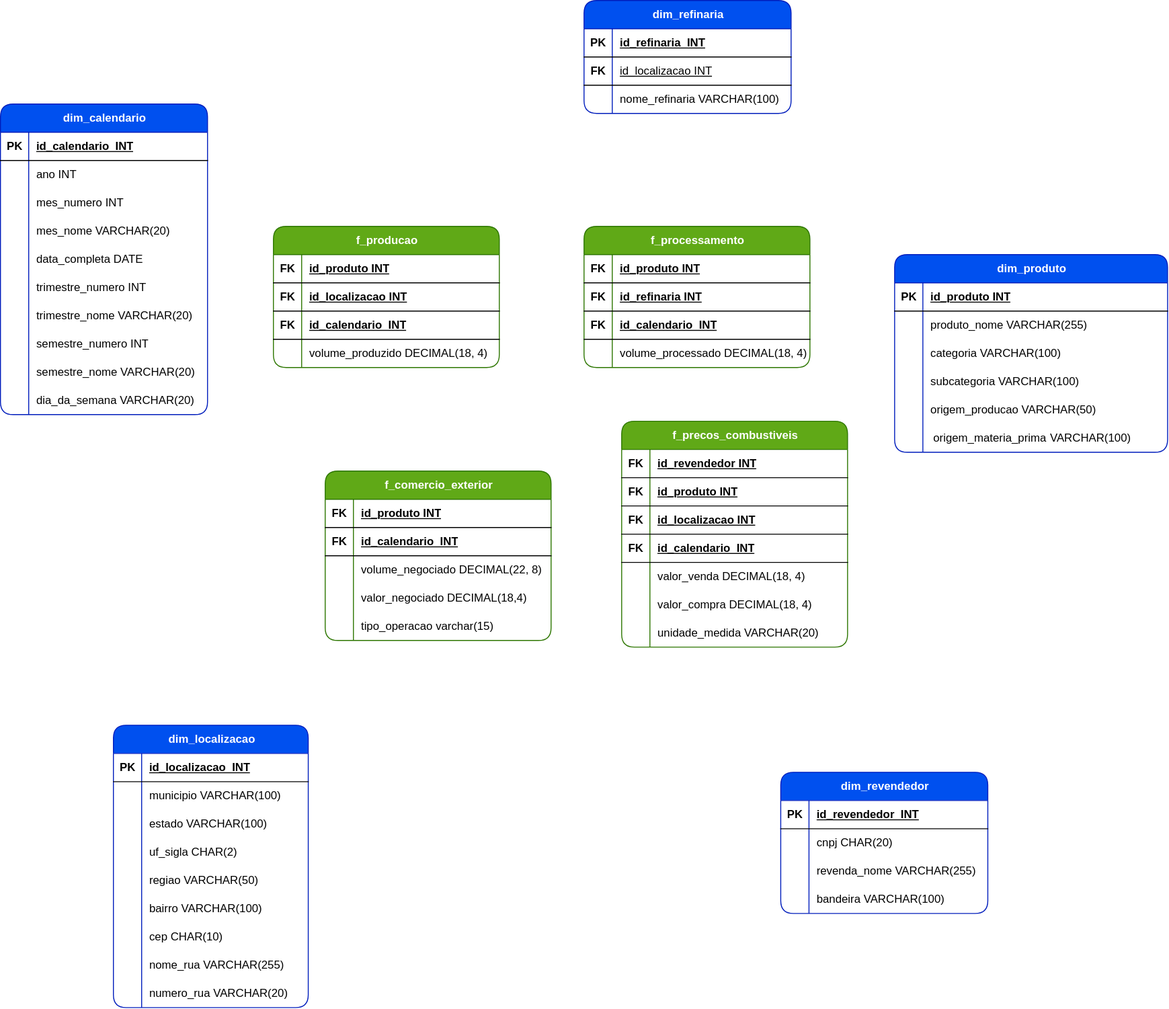
Before: Assets/SchemaDosDados.drawio.svg, a diagram exported from draw.io (marlonportotorres4/Projeto-dados-Estagio-supervisionado). Source tidied: cells renumbered, new cells last; positions are measured from the earlier drawing's top-left corner, leaving out a move shared by most shapes.
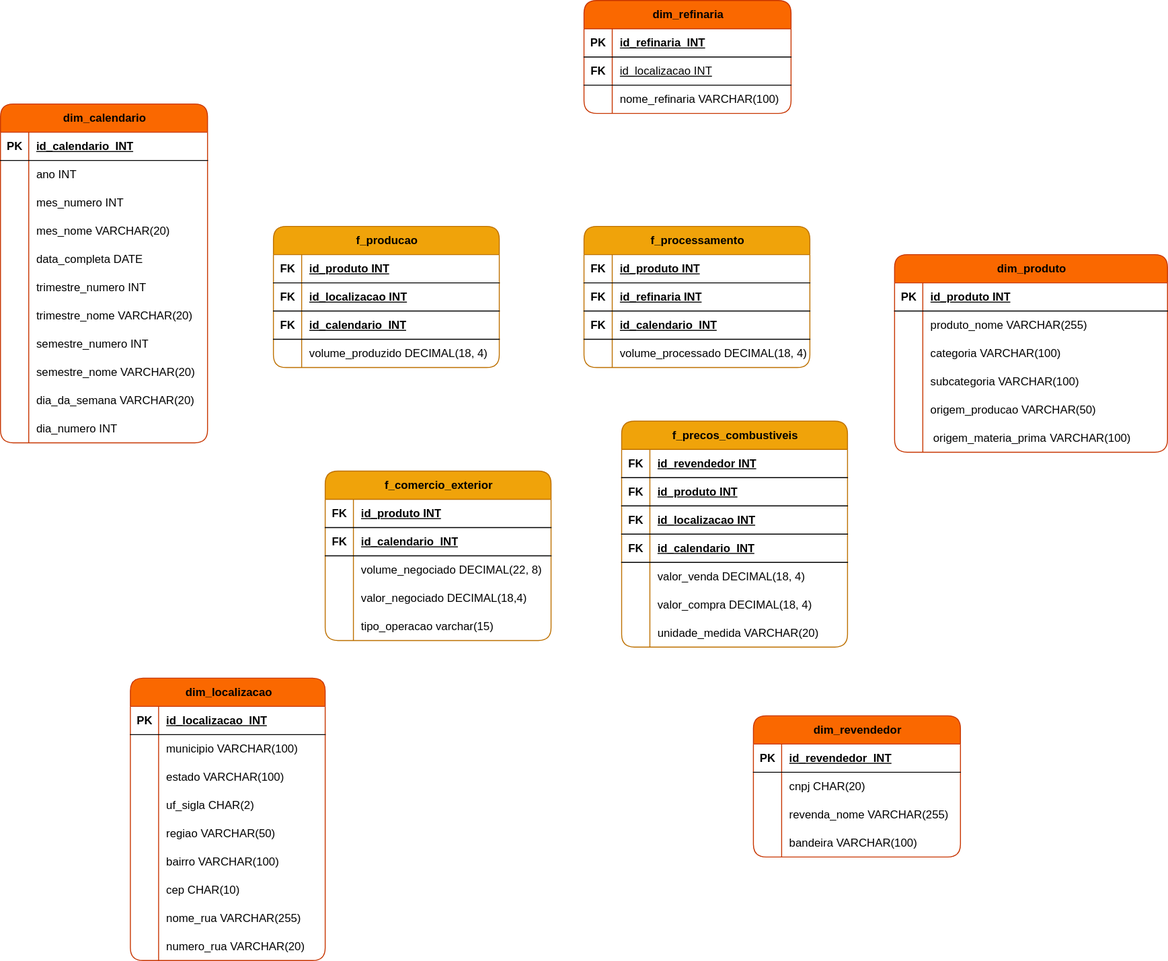
The same diagram one commit later.

Commit message:
:bug: fix: Corrigindo modelagem dos dados na dimensão calendario

The edit, as a diff of the source:
```diff
@@ -2,8 +2,8 @@
   <root>
     <mxCell id="0" />
     <mxCell id="1" parent="0" />
-    <mxCell id="2" value="dim_calendario" style="shape=table;startSize=30;rowLines=0;fontStyle=1;align=center;html=1;swimlaneFillColor=default;rounded=1;shadow=0;strokeWidth=1;perimeterSpacing=1;fillColor=#0050ef;fontColor=#ffffff;strokeColor=#001DBC;fontSize=12;spacingTop=0;" parent="1" vertex="1">
-      <mxGeometry y="110" width="220" height="330" as="geometry" />
+    <mxCell id="2" value="dim_calendario" style="shape=table;startSize=30;rowLines=0;fontStyle=1;align=center;html=1;swimlaneFillColor=default;rounded=1;shadow=0;strokeWidth=1;perimeterSpacing=1;fillColor=#fa6800;strokeColor=#C73500;fontSize=12;spacingTop=0;fontColor=#000000;" parent="1" vertex="1">
+      <mxGeometry y="110" width="220" height="360" as="geometry" />
     </mxCell>
     <mxCell id="3" style="shape=tableRow;horizontal=0;startSize=0;swimlaneHead=0;swimlaneBody=0;fillColor=none;top=0;left=0;right=0;bottom=1;" parent="2" vertex="1">
       <mxGeometry y="30" width="220" height="30" as="geometry" />
@@ -95,8 +95,17 @@
     <mxCell id="32" value="dia_da_semana VARCHAR(20)" style="shape=partialRectangle;fillColor=none;top=0;left=0;bottom=0;right=0;align=left;spacingLeft=6;overflow=hidden;whiteSpace=wrap;html=1;" parent="30" vertex="1">
       <mxGeometry x="30" width="190" height="30" as="geometry" />
     </mxCell>
+    <mxCell id="167" style="shape=tableRow;horizontal=0;startSize=0;swimlaneHead=0;swimlaneBody=0;fillColor=none;top=0;left=0;right=0;bottom=0;" parent="2" vertex="1">
+      <mxGeometry y="330" width="220" height="30" as="geometry" />
+    </mxCell>
+    <mxCell id="168" style="shape=partialRectangle;fillColor=none;top=0;left=0;bottom=0;right=0;overflow=hidden;whiteSpace=wrap;html=1;dashed=1;" parent="167" vertex="1">
+      <mxGeometry width="30" height="30" as="geometry" />
+    </mxCell>
+    <mxCell id="169" value="dia_numero INT" style="shape=partialRectangle;fillColor=none;top=0;left=0;bottom=0;right=0;align=left;spacingLeft=6;overflow=hidden;whiteSpace=wrap;html=1;" parent="167" vertex="1">
+      <mxGeometry x="30" width="190" height="30" as="geometry" />
+    </mxCell>
-    <mxCell id="33" value="dim_localizacao" style="shape=table;startSize=30;rowLines=0;fontStyle=1;align=center;html=1;swimlaneFillColor=default;rounded=1;shadow=0;strokeWidth=1;perimeterSpacing=1;fillColor=#0050ef;fontColor=#ffffff;strokeColor=#001DBC;fontSize=12;spacingTop=0;" parent="1" vertex="1">
-      <mxGeometry x="120" y="770" width="207" height="300" as="geometry" />
+    <mxCell id="33" value="dim_localizacao" style="shape=table;startSize=30;rowLines=0;fontStyle=1;align=center;html=1;swimlaneFillColor=default;rounded=1;shadow=0;strokeWidth=1;perimeterSpacing=1;fillColor=#fa6800;fontColor=#000000;strokeColor=#C73500;fontSize=12;spacingTop=0;" parent="1" vertex="1">
+      <mxGeometry x="138" y="720" width="207" height="300" as="geometry" />
     </mxCell>
     <mxCell id="34" style="shape=tableRow;horizontal=0;startSize=0;swimlaneHead=0;swimlaneBody=0;fillColor=none;top=0;left=0;right=0;bottom=1;" parent="33" vertex="1">
       <mxGeometry y="30" width="207" height="30" as="geometry" />
@@ -179,8 +188,8 @@
     <mxCell id="60" value="numero_rua VARCHAR(20)" style="shape=partialRectangle;fillColor=none;top=0;left=0;bottom=0;right=0;align=left;spacingLeft=6;overflow=hidden;whiteSpace=wrap;html=1;" parent="58" vertex="1">
       <mxGeometry x="30" width="177" height="30" as="geometry" />
     </mxCell>
-    <mxCell id="61" value="dim_revendedor" style="shape=table;startSize=30;rowLines=0;fontStyle=1;align=center;html=1;swimlaneFillColor=default;rounded=1;shadow=0;strokeWidth=1;perimeterSpacing=1;fillColor=#0050ef;strokeColor=#001DBC;fontSize=12;spacingTop=0;fontColor=#ffffff;" parent="1" vertex="1">
-      <mxGeometry x="829" y="820" width="220" height="150" as="geometry" />
+    <mxCell id="61" value="dim_revendedor" style="shape=table;startSize=30;rowLines=0;fontStyle=1;align=center;html=1;swimlaneFillColor=default;rounded=1;shadow=0;strokeWidth=1;perimeterSpacing=1;fillColor=#fa6800;strokeColor=#C73500;fontSize=12;spacingTop=0;fontColor=#000000;" parent="1" vertex="1">
+      <mxGeometry x="800" y="760" width="220" height="150" as="geometry" />
     </mxCell>
     <mxCell id="62" style="shape=tableRow;horizontal=0;startSize=0;swimlaneHead=0;swimlaneBody=0;fillColor=none;top=0;left=0;right=0;bottom=1;" parent="61" vertex="1">
       <mxGeometry y="30" width="220" height="30" as="geometry" />
@@ -218,7 +227,7 @@
     <mxCell id="73" value="bandeira VARCHAR(100)" style="shape=partialRectangle;fillColor=none;top=0;left=0;bottom=0;right=0;align=left;spacingLeft=6;overflow=hidden;whiteSpace=wrap;html=1;" parent="71" vertex="1">
       <mxGeometry x="30" width="190" height="30" as="geometry" />
     </mxCell>
-    <mxCell id="74" value="dim_produto" style="shape=table;startSize=30;rowLines=0;fontStyle=1;align=center;html=1;swimlaneFillColor=default;rounded=1;shadow=0;strokeWidth=1;perimeterSpacing=1;fillColor=#0050ef;strokeColor=#001DBC;fontSize=12;spacingTop=0;fontColor=#ffffff;" parent="1" vertex="1">
+    <mxCell id="74" value="dim_produto" style="shape=table;startSize=30;rowLines=0;fontStyle=1;align=center;html=1;swimlaneFillColor=default;rounded=1;shadow=0;strokeWidth=1;perimeterSpacing=1;fillColor=#fa6800;strokeColor=#C73500;fontSize=12;spacingTop=0;fontColor=#000000;" parent="1" vertex="1">
       <mxGeometry x="950" y="270" width="290" height="210" as="geometry" />
     </mxCell>
     <mxCell id="75" style="shape=tableRow;horizontal=0;startSize=0;swimlaneHead=0;swimlaneBody=0;fillColor=none;top=0;left=0;right=0;bottom=1;" parent="74" vertex="1">
@@ -275,7 +284,7 @@
     <mxCell id="92" value="&lt;table&gt;&lt;tbody&gt;&lt;tr&gt;&lt;td&gt;origem_materia_prima&lt;/td&gt;&lt;td&gt;VARCHAR(100)&lt;/td&gt;&lt;/tr&gt;&lt;/tbody&gt;&lt;/table&gt;" style="shape=partialRectangle;fillColor=none;top=0;left=0;bottom=0;right=0;align=left;spacingLeft=6;overflow=hidden;whiteSpace=wrap;html=1;" parent="90" vertex="1">
       <mxGeometry x="30" width="260" height="30" as="geometry" />
     </mxCell>
-    <mxCell id="93" value="dim_refinaria" style="shape=table;startSize=30;rowLines=0;fontStyle=1;align=center;html=1;swimlaneFillColor=default;rounded=1;shadow=0;strokeWidth=1;perimeterSpacing=1;fillColor=#0050ef;strokeColor=#001DBC;fontSize=12;spacingTop=0;fontColor=#ffffff;" parent="1" vertex="1">
+    <mxCell id="93" value="dim_refinaria" style="shape=table;startSize=30;rowLines=0;fontStyle=1;align=center;html=1;swimlaneFillColor=default;rounded=1;shadow=0;strokeWidth=1;perimeterSpacing=1;fillColor=#fa6800;strokeColor=#C73500;fontSize=12;spacingTop=0;fontColor=#000000;" parent="1" vertex="1">
       <mxGeometry x="620" width="220" height="120" as="geometry" />
     </mxCell>
     <mxCell id="94" style="shape=tableRow;horizontal=0;startSize=0;swimlaneHead=0;swimlaneBody=0;fillColor=none;top=0;left=0;right=0;bottom=1;" parent="93" vertex="1">
@@ -305,7 +314,7 @@
     <mxCell id="102" value="nome_refinaria VARCHAR(100)" style="shape=partialRectangle;fillColor=none;top=0;left=0;bottom=0;right=0;align=left;spacingLeft=6;overflow=hidden;whiteSpace=wrap;html=1;" parent="100" vertex="1">
       <mxGeometry x="30" width="190" height="30" as="geometry" />
     </mxCell>
-    <mxCell id="103" value="f_processamento" style="shape=table;startSize=30;rowLines=0;fontStyle=1;align=center;html=1;swimlaneFillColor=default;rounded=1;shadow=0;strokeWidth=1;perimeterSpacing=1;fillColor=#60a917;strokeColor=#2D7600;fontSize=12;spacingTop=0;fontColor=#ffffff;" parent="1" vertex="1">
+    <mxCell id="103" value="f_processamento" style="shape=table;startSize=30;rowLines=0;fontStyle=1;align=center;html=1;swimlaneFillColor=default;rounded=1;shadow=0;strokeWidth=1;perimeterSpacing=1;fillColor=#f0a30a;strokeColor=#BD7000;fontSize=12;spacingTop=0;fontColor=#000000;" parent="1" vertex="1">
       <mxGeometry x="620" y="240" width="240" height="150" as="geometry" />
     </mxCell>
     <mxCell id="104" style="shape=tableRow;horizontal=0;startSize=0;swimlaneHead=0;swimlaneBody=0;fillColor=none;top=0;left=0;right=0;bottom=1;" parent="103" vertex="1">
@@ -344,7 +353,7 @@
     <mxCell id="115" value="volume_processado DECIMAL(18, 4)" style="shape=partialRectangle;fillColor=none;top=0;left=0;bottom=0;right=0;align=left;spacingLeft=6;overflow=hidden;whiteSpace=wrap;html=1;" parent="113" vertex="1">
       <mxGeometry x="30" width="210" height="30" as="geometry" />
     </mxCell>
-    <mxCell id="116" value="f_producao" style="shape=table;startSize=30;rowLines=0;fontStyle=1;align=center;html=1;swimlaneFillColor=default;rounded=1;shadow=0;strokeWidth=1;perimeterSpacing=1;fillColor=#60a917;strokeColor=#2D7600;fontSize=12;spacingTop=0;fontColor=#ffffff;" parent="1" vertex="1">
+    <mxCell id="116" value="f_producao" style="shape=table;startSize=30;rowLines=0;fontStyle=1;align=center;html=1;swimlaneFillColor=default;rounded=1;shadow=0;strokeWidth=1;perimeterSpacing=1;fillColor=#f0a30a;strokeColor=#BD7000;fontSize=12;spacingTop=0;fontColor=#000000;" parent="1" vertex="1">
       <mxGeometry x="290" y="240" width="240" height="150" as="geometry" />
     </mxCell>
     <mxCell id="117" style="shape=tableRow;horizontal=0;startSize=0;swimlaneHead=0;swimlaneBody=0;fillColor=none;top=0;left=0;right=0;bottom=1;" parent="116" vertex="1">
@@ -383,7 +392,7 @@
     <mxCell id="128" value="volume_produzido DECIMAL(18, 4)" style="shape=partialRectangle;fillColor=none;top=0;left=0;bottom=0;right=0;align=left;spacingLeft=6;overflow=hidden;whiteSpace=wrap;html=1;" parent="126" vertex="1">
       <mxGeometry x="30" width="210" height="30" as="geometry" />
     </mxCell>
-    <mxCell id="129" value="f_comercio_exterior" style="shape=table;startSize=30;rowLines=0;fontStyle=1;align=center;html=1;swimlaneFillColor=default;rounded=1;shadow=0;strokeWidth=1;perimeterSpacing=1;fillColor=#60a917;strokeColor=#2D7600;fontSize=12;spacingTop=0;fontColor=#ffffff;" parent="1" vertex="1">
+    <mxCell id="129" value="f_comercio_exterior" style="shape=table;startSize=30;rowLines=0;fontStyle=1;align=center;html=1;swimlaneFillColor=default;rounded=1;shadow=0;strokeWidth=1;perimeterSpacing=1;fillColor=#f0a30a;strokeColor=#BD7000;fontSize=12;spacingTop=0;fontColor=#000000;" parent="1" vertex="1">
       <mxGeometry x="345" y="500" width="240" height="180" as="geometry" />
     </mxCell>
     <mxCell id="130" style="shape=tableRow;horizontal=0;startSize=0;swimlaneHead=0;swimlaneBody=0;fillColor=none;top=0;left=0;right=0;bottom=1;" parent="129" vertex="1">
@@ -431,7 +440,7 @@
     <mxCell id="144" value="tipo_operacao varchar(15)" style="shape=partialRectangle;fillColor=none;top=0;left=0;bottom=0;right=0;align=left;spacingLeft=6;overflow=hidden;whiteSpace=wrap;html=1;" parent="142" vertex="1">
       <mxGeometry x="30" width="210" height="30" as="geometry" />
     </mxCell>
-    <mxCell id="145" value="f_precos_combustiveis" style="shape=table;startSize=30;rowLines=0;fontStyle=1;align=center;html=1;swimlaneFillColor=default;rounded=1;shadow=0;strokeWidth=1;perimeterSpacing=1;fillColor=#60a917;strokeColor=#2D7600;fontSize=12;spacingTop=0;fontColor=#ffffff;" parent="1" vertex="1">
+    <mxCell id="145" value="f_precos_combustiveis" style="shape=table;startSize=30;rowLines=0;fontStyle=1;align=center;html=1;swimlaneFillColor=default;rounded=1;shadow=0;strokeWidth=1;perimeterSpacing=1;fillColor=#f0a30a;strokeColor=#BD7000;fontSize=12;spacingTop=0;fontColor=#000000;" parent="1" vertex="1">
       <mxGeometry x="660" y="447" width="240" height="240" as="geometry" />
     </mxCell>
     <mxCell id="146" style="shape=tableRow;horizontal=0;startSize=0;swimlaneHead=0;swimlaneBody=0;fillColor=none;top=0;left=0;right=0;bottom=1;" parent="145" vertex="1">
```
